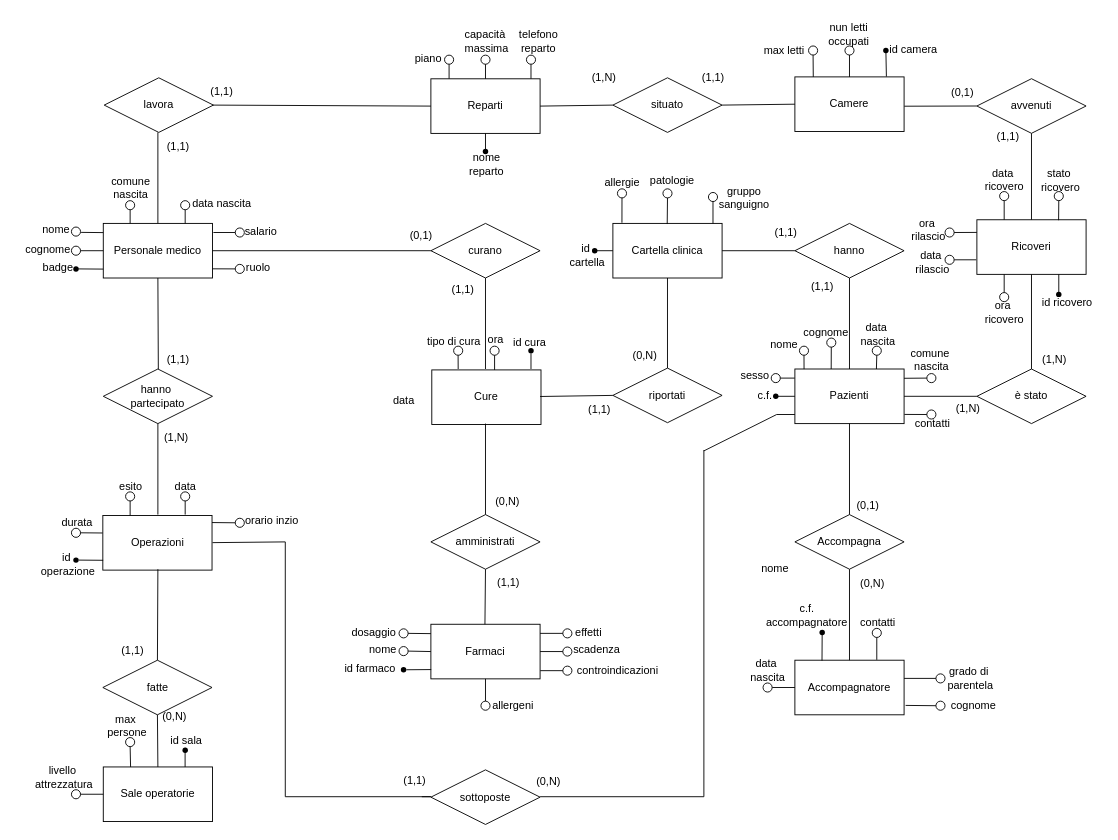
Before: ER-ristru.drawio in MicheleDioli/UniPD-database-project-2024, a draw.io diagram. Source tidied: cells renumbered, new cells numbered last; positions are measured from the earlier drawing's top-left corner, leaving out a move shared by most shapes. Both pictures are drawn from the tidied source at 91%, with x=0, y=0 at pixel (15, 15).
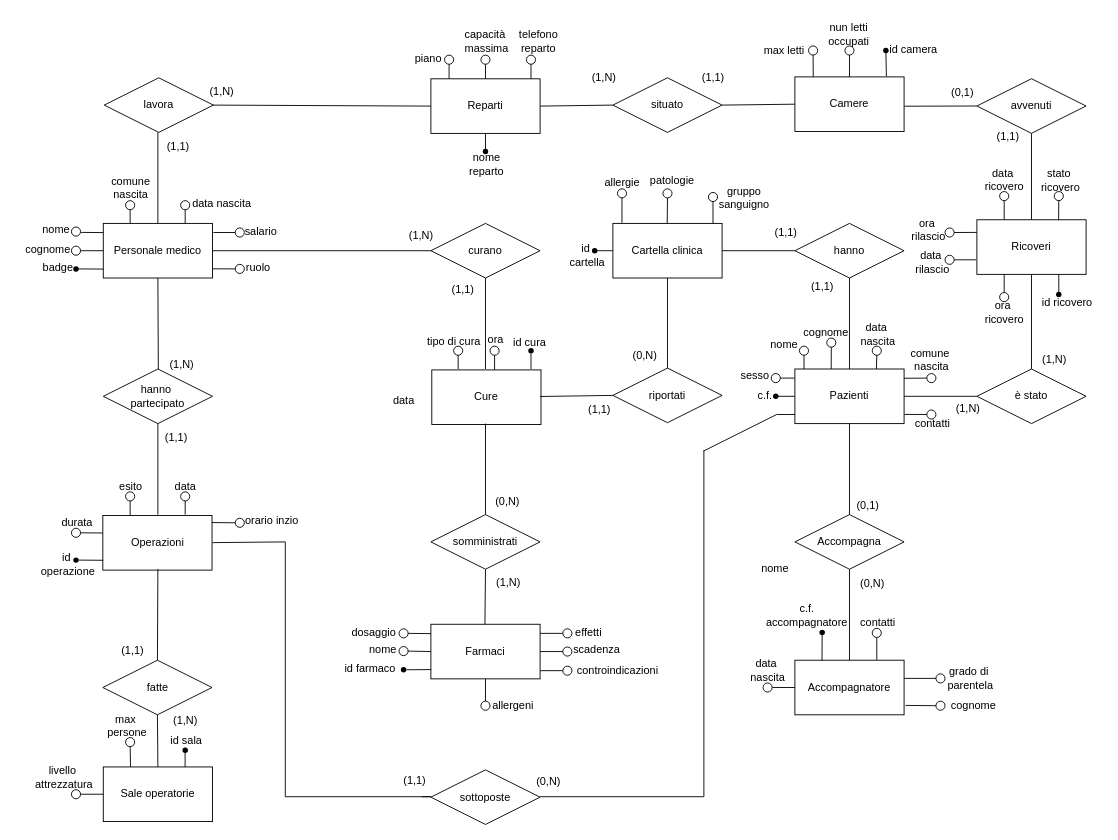
After the change.

Diff of the diagram source:
```diff
@@
-    <mxCell id="151" value="amministrati" style="shape=rhombus;perimeter=rhombusPerimeter;whiteSpace=wrap;html=1;align=center;" parent="1" vertex="1">
+    <mxCell id="151" value="somministrati" style="shape=rhombus;perimeter=rhombusPerimeter;whiteSpace=wrap;html=1;align=center;" parent="1" vertex="1">
       <mxGeometry x="456" y="548" width="120" height="60" as="geometry" />
     </mxCell>
@@
-    <mxCell id="191" value="(0,N)" style="text;html=1;align=center;verticalAlign=middle;strokeColor=none;fillColor=none;" parent="1" vertex="1">
-      <mxGeometry x="149" y="755" width="50" height="30" as="geometry" />
+    <mxCell id="191" value="(1,N)" style="text;html=1;align=center;verticalAlign=middle;strokeColor=none;fillColor=none;" parent="1" vertex="1">
+      <mxGeometry x="160.5" y="760" width="50" height="30" as="geometry" />
     </mxCell>
@@
     <mxCell id="194" value="(1,N)" style="text;html=1;align=center;verticalAlign=middle;strokeColor=none;fillColor=none;" parent="1" vertex="1">
-      <mxGeometry x="151" y="449" width="50" height="30" as="geometry" />
+      <mxGeometry x="157" y="367.9" width="50" height="30" as="geometry" />
     </mxCell>
     <mxCell id="195" value="(1,1)" style="text;html=1;align=center;verticalAlign=middle;strokeColor=none;fillColor=none;" parent="1" vertex="1">
-      <mxGeometry x="153" y="363" width="50" height="30" as="geometry" />
+      <mxGeometry x="151" y="449" width="50" height="30" as="geometry" />
     </mxCell>
@@
-    <mxCell id="197" value="(1,1)" style="text;html=1;align=center;verticalAlign=middle;strokeColor=none;fillColor=none;" parent="1" vertex="1">
+    <mxCell id="197" value="(1,N)" style="text;html=1;align=center;verticalAlign=middle;strokeColor=none;fillColor=none;" parent="1" vertex="1">
       <mxGeometry x="201" y="68" width="50" height="30" as="geometry" />
     </mxCell>
@@
-    <mxCell id="211" value="(1,1)" style="text;html=1;align=center;verticalAlign=middle;strokeColor=none;fillColor=none;" parent="1" vertex="1">
+    <mxCell id="211" value="(1,N)" style="text;html=1;align=center;verticalAlign=middle;strokeColor=none;fillColor=none;" parent="1" vertex="1">
       <mxGeometry x="516" y="608" width="50" height="30" as="geometry" />
     </mxCell>
@@
-    <mxCell id="213" value="(0,1)" style="text;html=1;align=center;verticalAlign=middle;strokeColor=none;fillColor=none;" parent="1" vertex="1">
+    <mxCell id="213" value="(1,N)" style="text;html=1;align=center;verticalAlign=middle;strokeColor=none;fillColor=none;" parent="1" vertex="1">
       <mxGeometry x="420" y="227" width="50" height="30" as="geometry" />
     </mxCell>
```
